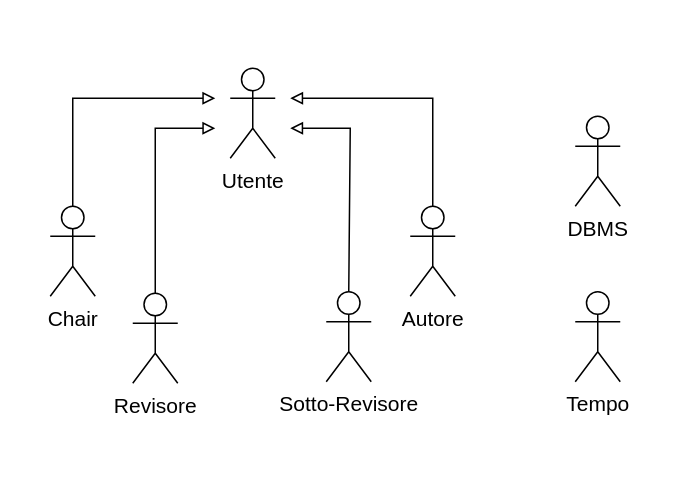
This is RAD/raw/AttoriCoinvolti.drawio from Gabro29/IngegneriaSoftware, a draw.io file, before an edit. Source tidied: cells renumbered, new cells numbered last; positions are measured from the earlier drawing's top-left corner, leaving out a move shared by most shapes. Both pictures are drawn from the tidied source at 150%, with x=0, y=0 at pixel (50, 68).
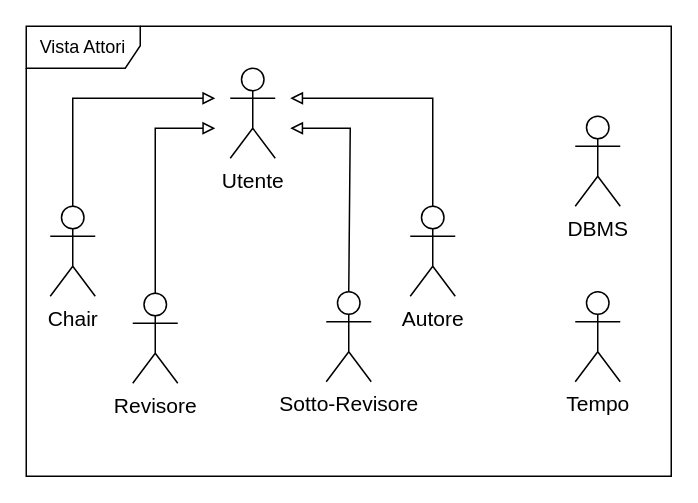
After the change.

Change to the diagram source:
```diff
@@
+    <mxCell id="13" value="Vista Attori" style="shape=umlFrame;whiteSpace=wrap;html=1;strokeColor=light-dark(#000000,#000000);width=76;height=28;" parent="1" vertex="1">
+      <mxGeometry x="-16" y="-28" width="430" height="300" as="geometry" />
+    </mxCell>
```
